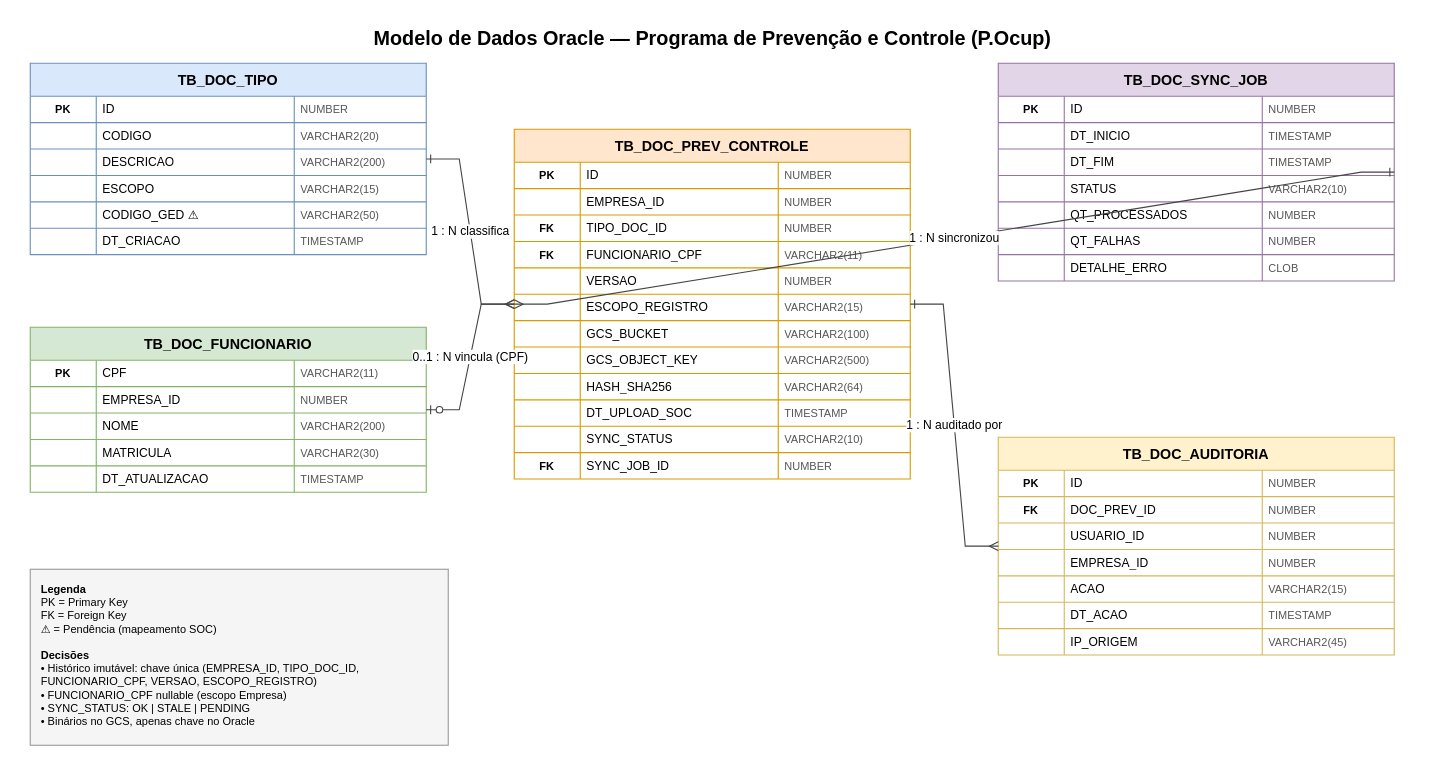
Above: download/er-diagram-adr.drawio in developerfelipemoraes/minhas.pocs.gcp (draw.io), before the change. Source tidied: cells renumbered, new cells numbered last; positions are measured from the earlier drawing's top-left corner, leaving out a move shared by most shapes. Both pictures are drawn from the tidied source at 110%, with x=0, y=0 at pixel (30, 19).
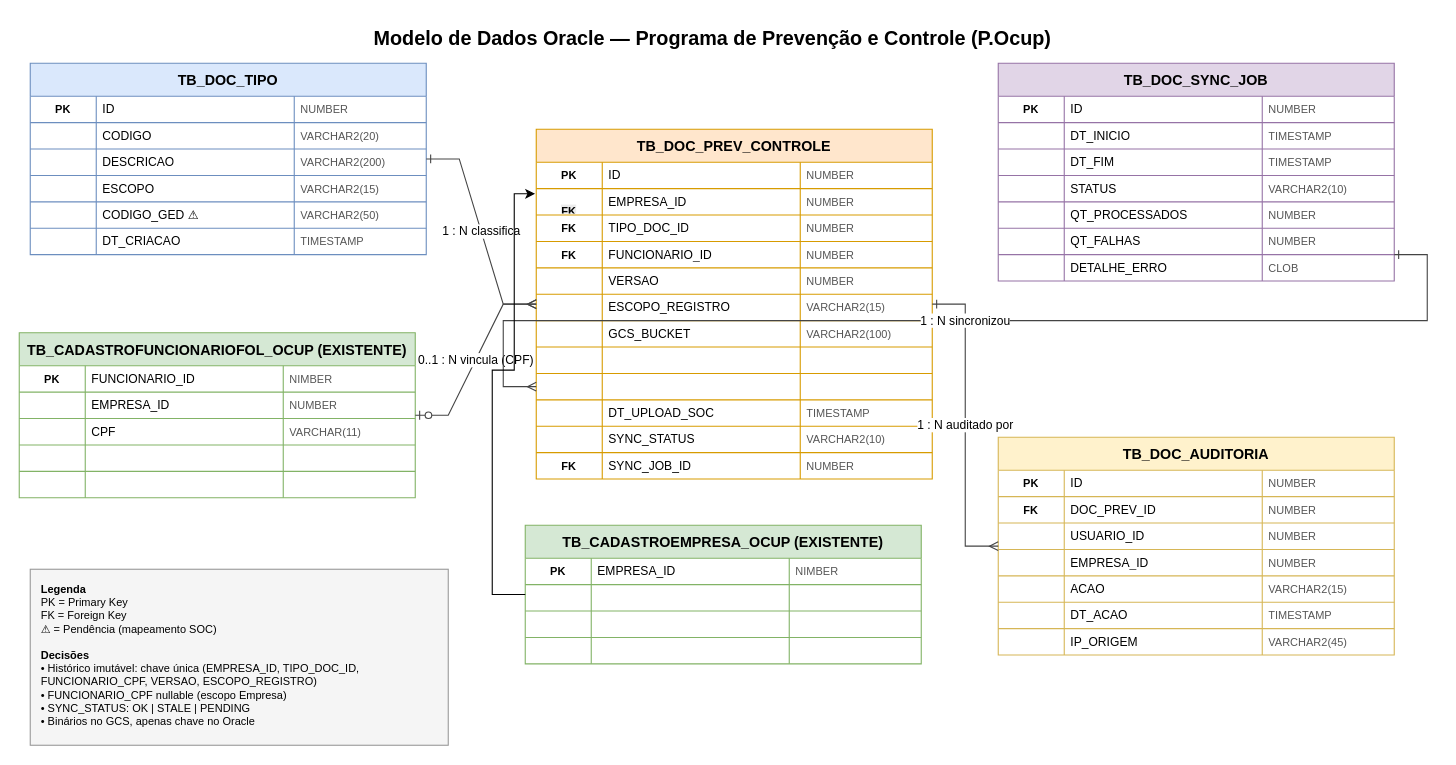
Above is the later version.

Commit message (it also covers changes not shown here):
data base

Unchanged cells that the change refers to:
```xml
<mxCell id="29" style="shape=tableRow;horizontal=0;startSize=0;swimlaneHead=0;swimlaneBody=0;strokeColor=inherit;top=0;left=0;bottom=0;right=0;fillColor=none;fontSize=11;" parent="28" vertex="1">
  <mxGeometry y="30" width="360" height="24" as="geometry" />
</mxCell>
<mxCell id="37" style="shape=tableRow;horizontal=0;startSize=0;swimlaneHead=0;swimlaneBody=0;strokeColor=inherit;top=0;left=0;bottom=0;right=0;fillColor=none;fontSize=11;" parent="28" vertex="1">
  <mxGeometry y="78" width="360" height="24" as="geometry" />
</mxCell>
<mxCell id="41" style="shape=tableRow;horizontal=0;startSize=0;swimlaneHead=0;swimlaneBody=0;strokeColor=inherit;top=0;left=0;bottom=0;right=0;fillColor=none;fontSize=11;" parent="28" vertex="1">
  <mxGeometry y="102" width="360" height="24" as="geometry" />
</mxCell>
<mxCell id="45" style="shape=tableRow;horizontal=0;startSize=0;swimlaneHead=0;swimlaneBody=0;strokeColor=inherit;top=0;left=0;bottom=0;right=0;fillColor=none;fontSize=11;" parent="28" vertex="1">
  <mxGeometry y="126" width="360" height="24" as="geometry" />
</mxCell>
<mxCell id="49" value="TB_DOC_SYNC_JOB" style="shape=table;startSize=30;childLayout=tableLayout;fontSize=13;fillColor=#E1D5E7;strokeColor=#9673A6;fontStyle=1;align=center;verticalAlign=middle;swimlaneFillColor=#ffffff;" parent="1" vertex="1">
  <mxGeometry x="880" y="40" width="360" height="198" as="geometry" />
</mxCell>
<mxCell id="83" style="shape=tableRow;horizontal=0;startSize=0;swimlaneHead=0;swimlaneBody=0;strokeColor=inherit;top=0;left=0;bottom=0;right=0;fillColor=none;points=[[0,0.5],[1,0.5]];portConstraint=eastwest;fontSize=11;" parent="78" vertex="1">
  <mxGeometry y="54" width="360" height="24" as="geometry" />
</mxCell>
<mxCell id="91" style="shape=tableRow;horizontal=0;startSize=0;swimlaneHead=0;swimlaneBody=0;strokeColor=inherit;top=0;left=0;bottom=0;right=0;fillColor=none;fontSize=11;" parent="78" vertex="1">
  <mxGeometry y="102" width="360" height="24" as="geometry" />
</mxCell>
<mxCell id="107" style="shape=tableRow;horizontal=0;startSize=0;swimlaneHead=0;swimlaneBody=0;strokeColor=inherit;top=0;left=0;bottom=0;right=0;fillColor=none;fontSize=11;" parent="78" vertex="1">
  <mxGeometry y="198" width="360" height="24" as="geometry" />
</mxCell>
<mxCell id="111" style="shape=tableRow;horizontal=0;startSize=0;swimlaneHead=0;swimlaneBody=0;strokeColor=inherit;top=0;left=0;bottom=0;right=0;fillColor=none;fontSize=11;" parent="78" vertex="1">
  <mxGeometry y="222" width="360" height="24" as="geometry" />
</mxCell>
```

What changed in the source:
```diff
@@
-    <mxCell id="28" value="TB_DOC_FUNCIONARIO" style="shape=table;startSize=30;childLayout=tableLayout;fontSize=13;fillColor=#D5E8D4;strokeColor=#82B366;fontStyle=1;align=center;verticalAlign=middle;swimlaneFillColor=#ffffff;" parent="1" vertex="1">
-      <mxGeometry y="280" width="360" height="150" as="geometry" />
+    <mxCell id="28" value="TB_CADASTROFUNCIONARIOFOL_OCUP (EXISTENTE)" style="shape=table;startSize=30;childLayout=tableLayout;fontSize=13;fillColor=#D5E8D4;strokeColor=#82B366;fontStyle=1;align=center;verticalAlign=middle;swimlaneFillColor=#ffffff;" parent="1" vertex="1">
+      <mxGeometry x="-10" y="285" width="360" height="150" as="geometry" />
     </mxCell>
@@
-    <mxCell id="31" value="CPF" style="shape=partialRectangle;html=1;whiteSpace=wrap;strokeColor=inherit;overflow=hidden;fillColor=none;top=0;left=0;bottom=0;right=0;fontSize=11;align=left;spacingLeft=4;" parent="29" vertex="1">
+    <mxCell id="31" value="FUNCIONARIO_ID" style="shape=partialRectangle;html=1;whiteSpace=wrap;strokeColor=inherit;overflow=hidden;fillColor=none;top=0;left=0;bottom=0;right=0;fontSize=11;align=left;spacingLeft=4;" parent="29" vertex="1">
       <mxGeometry x="60" width="180" height="24" as="geometry" />
     </mxCell>
-    <mxCell id="32" value="VARCHAR2(11)" style="shape=partialRectangle;html=1;whiteSpace=wrap;strokeColor=inherit;overflow=hidden;fillColor=none;top=0;left=0;bottom=0;right=0;fontSize=10;align=left;spacingLeft=4;fontColor=#555555;" parent="29" vertex="1">
+    <mxCell id="32" value="NIMBER" style="shape=partialRectangle;html=1;whiteSpace=wrap;strokeColor=inherit;overflow=hidden;fillColor=none;top=0;left=0;bottom=0;right=0;fontSize=10;align=left;spacingLeft=4;fontColor=#555555;" parent="29" vertex="1">
       <mxGeometry x="240" width="120" height="24" as="geometry" />
     </mxCell>
@@
-    <mxCell id="39" value="NOME" style="shape=partialRectangle;html=1;whiteSpace=wrap;strokeColor=inherit;overflow=hidden;fillColor=none;top=0;left=0;bottom=0;right=0;fontSize=11;align=left;spacingLeft=4;" parent="37" vertex="1">
+    <mxCell id="39" value="CPF" style="shape=partialRectangle;html=1;whiteSpace=wrap;strokeColor=inherit;overflow=hidden;fillColor=none;top=0;left=0;bottom=0;right=0;fontSize=11;align=left;spacingLeft=4;" parent="37" vertex="1">
       <mxGeometry x="60" width="180" height="24" as="geometry" />
     </mxCell>
-    <mxCell id="40" value="VARCHAR2(200)" style="shape=partialRectangle;html=1;whiteSpace=wrap;strokeColor=inherit;overflow=hidden;fillColor=none;top=0;left=0;bottom=0;right=0;fontSize=10;align=left;spacingLeft=4;fontColor=#555555;" parent="37" vertex="1">
+    <mxCell id="40" value="VARCHAR(11)" style="shape=partialRectangle;html=1;whiteSpace=wrap;strokeColor=inherit;overflow=hidden;fillColor=none;top=0;left=0;bottom=0;right=0;fontSize=10;align=left;spacingLeft=4;fontColor=#555555;" parent="37" vertex="1">
       <mxGeometry x="240" width="120" height="24" as="geometry" />
     </mxCell>
@@
-    <mxCell id="43" value="MATRICULA" style="shape=partialRectangle;html=1;whiteSpace=wrap;strokeColor=inherit;overflow=hidden;fillColor=none;top=0;left=0;bottom=0;right=0;fontSize=11;align=left;spacingLeft=4;" parent="41" vertex="1">
+    <mxCell id="43" style="shape=partialRectangle;html=1;whiteSpace=wrap;strokeColor=inherit;overflow=hidden;fillColor=none;top=0;left=0;bottom=0;right=0;fontSize=11;align=left;spacingLeft=4;" parent="41" vertex="1">
       <mxGeometry x="60" width="180" height="24" as="geometry" />
     </mxCell>
-    <mxCell id="44" value="VARCHAR2(30)" style="shape=partialRectangle;html=1;whiteSpace=wrap;strokeColor=inherit;overflow=hidden;fillColor=none;top=0;left=0;bottom=0;right=0;fontSize=10;align=left;spacingLeft=4;fontColor=#555555;" parent="41" vertex="1">
+    <mxCell id="44" style="shape=partialRectangle;html=1;whiteSpace=wrap;strokeColor=inherit;overflow=hidden;fillColor=none;top=0;left=0;bottom=0;right=0;fontSize=10;align=left;spacingLeft=4;fontColor=#555555;" parent="41" vertex="1">
       <mxGeometry x="240" width="120" height="24" as="geometry" />
     </mxCell>
@@
-    <mxCell id="47" value="DT_ATUALIZACAO" style="shape=partialRectangle;html=1;whiteSpace=wrap;strokeColor=inherit;overflow=hidden;fillColor=none;top=0;left=0;bottom=0;right=0;fontSize=11;align=left;spacingLeft=4;" parent="45" vertex="1">
+    <mxCell id="47" style="shape=partialRectangle;html=1;whiteSpace=wrap;strokeColor=inherit;overflow=hidden;fillColor=none;top=0;left=0;bottom=0;right=0;fontSize=11;align=left;spacingLeft=4;" parent="45" vertex="1">
       <mxGeometry x="60" width="180" height="24" as="geometry" />
     </mxCell>
-    <mxCell id="48" value="TIMESTAMP" style="shape=partialRectangle;html=1;whiteSpace=wrap;strokeColor=inherit;overflow=hidden;fillColor=none;top=0;left=0;bottom=0;right=0;fontSize=10;align=left;spacingLeft=4;fontColor=#555555;" parent="45" vertex="1">
+    <mxCell id="48" style="shape=partialRectangle;html=1;whiteSpace=wrap;strokeColor=inherit;overflow=hidden;fillColor=none;top=0;left=0;bottom=0;right=0;fontSize=10;align=left;spacingLeft=4;fontColor=#555555;" parent="45" vertex="1">
       <mxGeometry x="240" width="120" height="24" as="geometry" />
     </mxCell>
@@
     <mxCell id="78" value="TB_DOC_PREV_CONTROLE" style="shape=table;startSize=30;childLayout=tableLayout;fontSize=13;fillColor=#FFE6CC;strokeColor=#D79B00;fontStyle=1;align=center;verticalAlign=middle;swimlaneFillColor=#ffffff;" parent="1" vertex="1">
-      <mxGeometry x="440" y="100" width="360" height="318" as="geometry" />
+      <mxGeometry x="460" y="100" width="360" height="318" as="geometry" />
     </mxCell>
@@
-    <mxCell id="84" style="shape=partialRectangle;html=1;whiteSpace=wrap;strokeColor=inherit;overflow=hidden;fillColor=none;top=0;left=0;bottom=0;right=0;fontSize=10;fontStyle=0;align=center;" parent="83" vertex="1">
+    <mxCell id="84" value="&#10;&lt;span style=&quot;color: rgb(0, 0, 0); font-family: Helvetica; font-size: 10px; font-style: normal; font-variant-ligatures: normal; font-variant-caps: normal; font-weight: 700; letter-spacing: normal; orphans: 2; text-align: center; text-indent: 0px; text-transform: none; widows: 2; word-spacing: 0px; -webkit-text-stroke-width: 0px; white-space: normal; background-color: rgb(236, 236, 236); text-decoration-thickness: initial; text-decoration-style: initial; text-decoration-color: initial; display: inline !important; float: none;&quot;&gt;FK&lt;/span&gt;&#10;&#10;" style="shape=partialRectangle;html=1;whiteSpace=wrap;strokeColor=inherit;overflow=hidden;fillColor=none;top=0;left=0;bottom=0;right=0;fontSize=10;fontStyle=0;align=center;" parent="83" vertex="1">
       <mxGeometry width="60" height="24" as="geometry" />
     </mxCell>
@@
-    <mxCell id="93" value="FUNCIONARIO_CPF" style="shape=partialRectangle;html=1;whiteSpace=wrap;strokeColor=inherit;overflow=hidden;fillColor=none;top=0;left=0;bottom=0;right=0;fontSize=11;align=left;spacingLeft=4;" parent="91" vertex="1">
+    <mxCell id="93" value="FUNCIONARIO_ID" style="shape=partialRectangle;html=1;whiteSpace=wrap;strokeColor=inherit;overflow=hidden;fillColor=none;top=0;left=0;bottom=0;right=0;fontSize=11;align=left;spacingLeft=4;" parent="91" vertex="1">
       <mxGeometry x="60" width="180" height="24" as="geometry" />
     </mxCell>
-    <mxCell id="94" value="VARCHAR2(11)" style="shape=partialRectangle;html=1;whiteSpace=wrap;strokeColor=inherit;overflow=hidden;fillColor=none;top=0;left=0;bottom=0;right=0;fontSize=10;align=left;spacingLeft=4;fontColor=#555555;" parent="91" vertex="1">
+    <mxCell id="94" value="NUMBER" style="shape=partialRectangle;html=1;whiteSpace=wrap;strokeColor=inherit;overflow=hidden;fillColor=none;top=0;left=0;bottom=0;right=0;fontSize=10;align=left;spacingLeft=4;fontColor=#555555;" parent="91" vertex="1">
       <mxGeometry x="240" width="120" height="24" as="geometry" />
     </mxCell>
@@
-    <mxCell id="109" value="GCS_OBJECT_KEY" style="shape=partialRectangle;html=1;whiteSpace=wrap;strokeColor=inherit;overflow=hidden;fillColor=none;top=0;left=0;bottom=0;right=0;fontSize=11;align=left;spacingLeft=4;" parent="107" vertex="1">
+    <mxCell id="109" style="shape=partialRectangle;html=1;whiteSpace=wrap;strokeColor=inherit;overflow=hidden;fillColor=none;top=0;left=0;bottom=0;right=0;fontSize=11;align=left;spacingLeft=4;" parent="107" vertex="1">
       <mxGeometry x="60" width="180" height="24" as="geometry" />
     </mxCell>
-    <mxCell id="110" value="VARCHAR2(500)" style="shape=partialRectangle;html=1;whiteSpace=wrap;strokeColor=inherit;overflow=hidden;fillColor=none;top=0;left=0;bottom=0;right=0;fontSize=10;align=left;spacingLeft=4;fontColor=#555555;" parent="107" vertex="1">
+    <mxCell id="110" style="shape=partialRectangle;html=1;whiteSpace=wrap;strokeColor=inherit;overflow=hidden;fillColor=none;top=0;left=0;bottom=0;right=0;fontSize=10;align=left;spacingLeft=4;fontColor=#555555;" parent="107" vertex="1">
       <mxGeometry x="240" width="120" height="24" as="geometry" />
     </mxCell>
@@
-    <mxCell id="113" value="HASH_SHA256" style="shape=partialRectangle;html=1;whiteSpace=wrap;strokeColor=inherit;overflow=hidden;fillColor=none;top=0;left=0;bottom=0;right=0;fontSize=11;align=left;spacingLeft=4;" parent="111" vertex="1">
+    <mxCell id="113" style="shape=partialRectangle;html=1;whiteSpace=wrap;strokeColor=inherit;overflow=hidden;fillColor=none;top=0;left=0;bottom=0;right=0;fontSize=11;align=left;spacingLeft=4;" parent="111" vertex="1">
       <mxGeometry x="60" width="180" height="24" as="geometry" />
     </mxCell>
-    <mxCell id="114" value="VARCHAR2(64)" style="shape=partialRectangle;html=1;whiteSpace=wrap;strokeColor=inherit;overflow=hidden;fillColor=none;top=0;left=0;bottom=0;right=0;fontSize=10;align=left;spacingLeft=4;fontColor=#555555;" parent="111" vertex="1">
+    <mxCell id="114" style="shape=partialRectangle;html=1;whiteSpace=wrap;strokeColor=inherit;overflow=hidden;fillColor=none;top=0;left=0;bottom=0;right=0;fontSize=10;align=left;spacingLeft=4;fontColor=#555555;" parent="111" vertex="1">
       <mxGeometry x="240" width="120" height="24" as="geometry" />
     </mxCell>
@@
-    <mxCell id="159" value="1 : N  sincronizou" style="edgeStyle=entityRelationEdgeStyle;fontSize=11;html=1;endArrow=ERmany;startArrow=ERone;rounded=0;exitX=1;exitY=0.5;entryX=0;entryY=0.5;strokeColor=#444444;" parent="1" edge="1" source="49" target="78">
-      <mxGeometry relative="1" as="geometry" />
+    <mxCell id="159" value="1 : N  sincronizou" style="edgeStyle=entityRelationEdgeStyle;fontSize=11;html=1;endArrow=ERmany;startArrow=ERone;rounded=0;exitX=1;exitY=0.5;entryX=0;entryY=0.5;strokeColor=#444444;" parent="1" edge="1">
+      <mxGeometry relative="1" as="geometry">
+        <mxPoint x="1240" y="214" as="sourcePoint" />
+        <mxPoint x="460" y="334" as="targetPoint" />
+      </mxGeometry>
     </mxCell>
@@
+    <mxCell id="161" value="TB_CADASTROEMPRESA_OCUP (EXISTENTE)" style="shape=table;startSize=30;childLayout=tableLayout;fontSize=13;fillColor=#D5E8D4;strokeColor=#82B366;fontStyle=1;align=center;verticalAlign=middle;swimlaneFillColor=#ffffff;" parent="1" vertex="1">
+      <mxGeometry x="450" y="460" width="360" height="126" as="geometry" />
+    </mxCell>
+    <mxCell id="162" style="shape=tableRow;horizontal=0;startSize=0;swimlaneHead=0;swimlaneBody=0;strokeColor=inherit;top=0;left=0;bottom=0;right=0;fillColor=none;fontSize=11;" parent="161" vertex="1">
+      <mxGeometry y="30" width="360" height="24" as="geometry" />
+    </mxCell>
+    <mxCell id="163" value="PK" style="shape=partialRectangle;html=1;whiteSpace=wrap;strokeColor=inherit;overflow=hidden;fillColor=none;top=0;left=0;bottom=0;right=0;fontSize=10;fontStyle=1;align=center;" parent="162" vertex="1">
+      <mxGeometry width="60" height="24" as="geometry" />
+    </mxCell>
+    <mxCell id="164" value="EMPRESA_ID" style="shape=partialRectangle;html=1;whiteSpace=wrap;strokeColor=inherit;overflow=hidden;fillColor=none;top=0;left=0;bottom=0;right=0;fontSize=11;align=left;spacingLeft=4;" parent="162" vertex="1">
+      <mxGeometry x="60" width="180" height="24" as="geometry" />
+    </mxCell>
+    <mxCell id="165" value="NIMBER" style="shape=partialRectangle;html=1;whiteSpace=wrap;strokeColor=inherit;overflow=hidden;fillColor=none;top=0;left=0;bottom=0;right=0;fontSize=10;align=left;spacingLeft=4;fontColor=#555555;" parent="162" vertex="1">
+      <mxGeometry x="240" width="120" height="24" as="geometry" />
+    </mxCell>
+    <mxCell id="166" style="shape=tableRow;horizontal=0;startSize=0;swimlaneHead=0;swimlaneBody=0;strokeColor=inherit;top=0;left=0;bottom=0;right=0;fillColor=none;fontSize=11;" parent="161" vertex="1">
+      <mxGeometry y="54" width="360" height="24" as="geometry" />
+    </mxCell>
+    <mxCell id="167" style="shape=partialRectangle;html=1;whiteSpace=wrap;strokeColor=inherit;overflow=hidden;fillColor=none;top=0;left=0;bottom=0;right=0;fontSize=10;fontStyle=0;align=center;" parent="166" vertex="1">
+      <mxGeometry width="60" height="24" as="geometry" />
+    </mxCell>
+    <mxCell id="168" style="shape=partialRectangle;html=1;whiteSpace=wrap;strokeColor=inherit;overflow=hidden;fillColor=none;top=0;left=0;bottom=0;right=0;fontSize=11;align=left;spacingLeft=4;" parent="166" vertex="1">
+      <mxGeometry x="60" width="180" height="24" as="geometry" />
+    </mxCell>
+    <mxCell id="169" style="shape=partialRectangle;html=1;whiteSpace=wrap;strokeColor=inherit;overflow=hidden;fillColor=none;top=0;left=0;bottom=0;right=0;fontSize=10;align=left;spacingLeft=4;fontColor=#555555;" parent="166" vertex="1">
+      <mxGeometry x="240" width="120" height="24" as="geometry" />
+    </mxCell>
+    <mxCell id="170" style="shape=tableRow;horizontal=0;startSize=0;swimlaneHead=0;swimlaneBody=0;strokeColor=inherit;top=0;left=0;bottom=0;right=0;fillColor=none;fontSize=11;" parent="161" vertex="1">
+      <mxGeometry y="78" width="360" height="24" as="geometry" />
+    </mxCell>
+    <mxCell id="171" style="shape=partialRectangle;html=1;whiteSpace=wrap;strokeColor=inherit;overflow=hidden;fillColor=none;top=0;left=0;bottom=0;right=0;fontSize=10;fontStyle=0;align=center;" parent="170" vertex="1">
+      <mxGeometry width="60" height="24" as="geometry" />
+    </mxCell>
+    <mxCell id="172" style="shape=partialRectangle;html=1;whiteSpace=wrap;strokeColor=inherit;overflow=hidden;fillColor=none;top=0;left=0;bottom=0;right=0;fontSize=11;align=left;spacingLeft=4;" parent="170" vertex="1">
+      <mxGeometry x="60" width="180" height="24" as="geometry" />
+    </mxCell>
+    <mxCell id="173" style="shape=partialRectangle;html=1;whiteSpace=wrap;strokeColor=inherit;overflow=hidden;fillColor=none;top=0;left=0;bottom=0;right=0;fontSize=10;align=left;spacingLeft=4;fontColor=#555555;" parent="170" vertex="1">
+      <mxGeometry x="240" width="120" height="24" as="geometry" />
+    </mxCell>
+    <mxCell id="174" style="shape=tableRow;horizontal=0;startSize=0;swimlaneHead=0;swimlaneBody=0;strokeColor=inherit;top=0;left=0;bottom=0;right=0;fillColor=none;fontSize=11;" parent="161" vertex="1">
+      <mxGeometry y="102" width="360" height="24" as="geometry" />
+    </mxCell>
+    <mxCell id="175" style="shape=partialRectangle;html=1;whiteSpace=wrap;strokeColor=inherit;overflow=hidden;fillColor=none;top=0;left=0;bottom=0;right=0;fontSize=10;fontStyle=0;align=center;" parent="174" vertex="1">
+      <mxGeometry width="60" height="24" as="geometry" />
+    </mxCell>
+    <mxCell id="176" style="shape=partialRectangle;html=1;whiteSpace=wrap;strokeColor=inherit;overflow=hidden;fillColor=none;top=0;left=0;bottom=0;right=0;fontSize=11;align=left;spacingLeft=4;" parent="174" vertex="1">
+      <mxGeometry x="60" width="180" height="24" as="geometry" />
+    </mxCell>
+    <mxCell id="177" style="shape=partialRectangle;html=1;whiteSpace=wrap;strokeColor=inherit;overflow=hidden;fillColor=none;top=0;left=0;bottom=0;right=0;fontSize=10;align=left;spacingLeft=4;fontColor=#555555;" parent="174" vertex="1">
+      <mxGeometry x="240" width="120" height="24" as="geometry" />
+    </mxCell>
+    <mxCell id="178" style="edgeStyle=orthogonalEdgeStyle;rounded=0;jettySize=auto;html=1;entryX=-0.003;entryY=0.196;entryDx=0;entryDy=0;entryPerimeter=0;" parent="1" edge="1" source="161" target="83">
+      <mxGeometry relative="1" as="geometry">
+        <Array as="points">
+          <mxPoint x="420" y="523" />
+          <mxPoint x="420" y="319" />
+          <mxPoint x="440" y="319" />
+          <mxPoint x="440" y="159" />
+        </Array>
+      </mxGeometry>
+    </mxCell>
```
